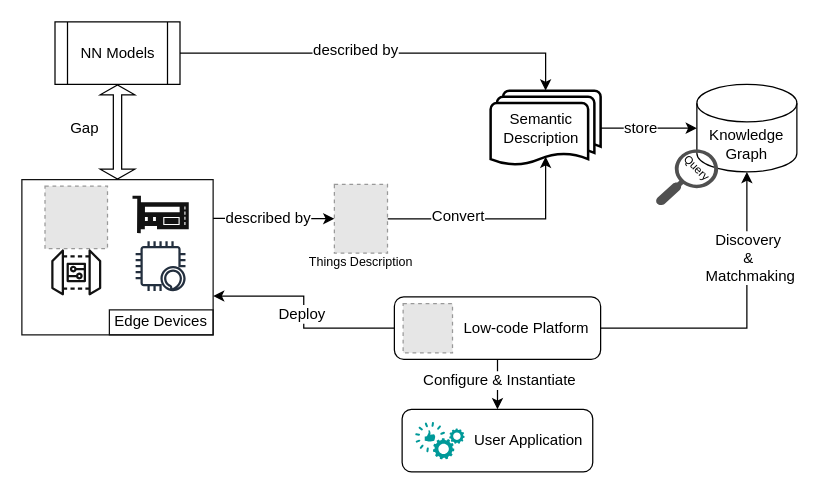
The draw.io diagram ISWC_Framework.drawio in Haoyu-R/appendix, before the edit. Source tidied: cells renumbered, new cells numbered last; positions are measured from the earlier drawing's top-left corner, leaving out a move shared by most shapes. Both pictures are drawn from the tidied source at 125%, with x=0, y=0 at pixel (21, 21). Pictures stored in the file or linked from it are replaced by grey dashed boxes.
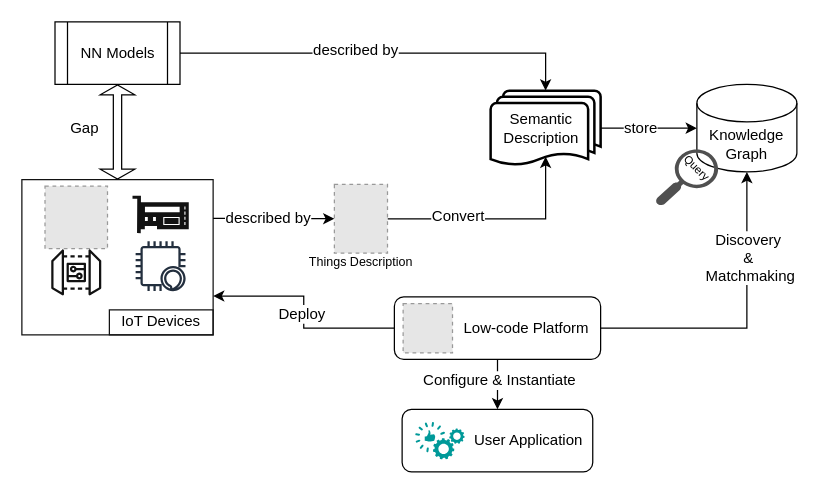
After the change.

The change refers to these unchanged cells:
```xml
<mxCell id="16" style="group;" parent="1" vertex="1">
  <mxGeometry y="126.2" width="153" height="124.2" as="geometry" />
</mxCell>
```

What changed in the source:
```diff
@@
-    <mxCell id="22" value="Edge Devices" style="rounded=0;whiteSpace=wrap;html=1;strokeColor=#121212;fillColor=none;" parent="16" vertex="1">
+    <mxCell id="22" value="IoT Devices" style="rounded=0;whiteSpace=wrap;html=1;strokeColor=#121212;fillColor=none;" parent="16" vertex="1">
       <mxGeometry x="70" y="104.2" width="83" height="20" as="geometry" />
     </mxCell>
```
